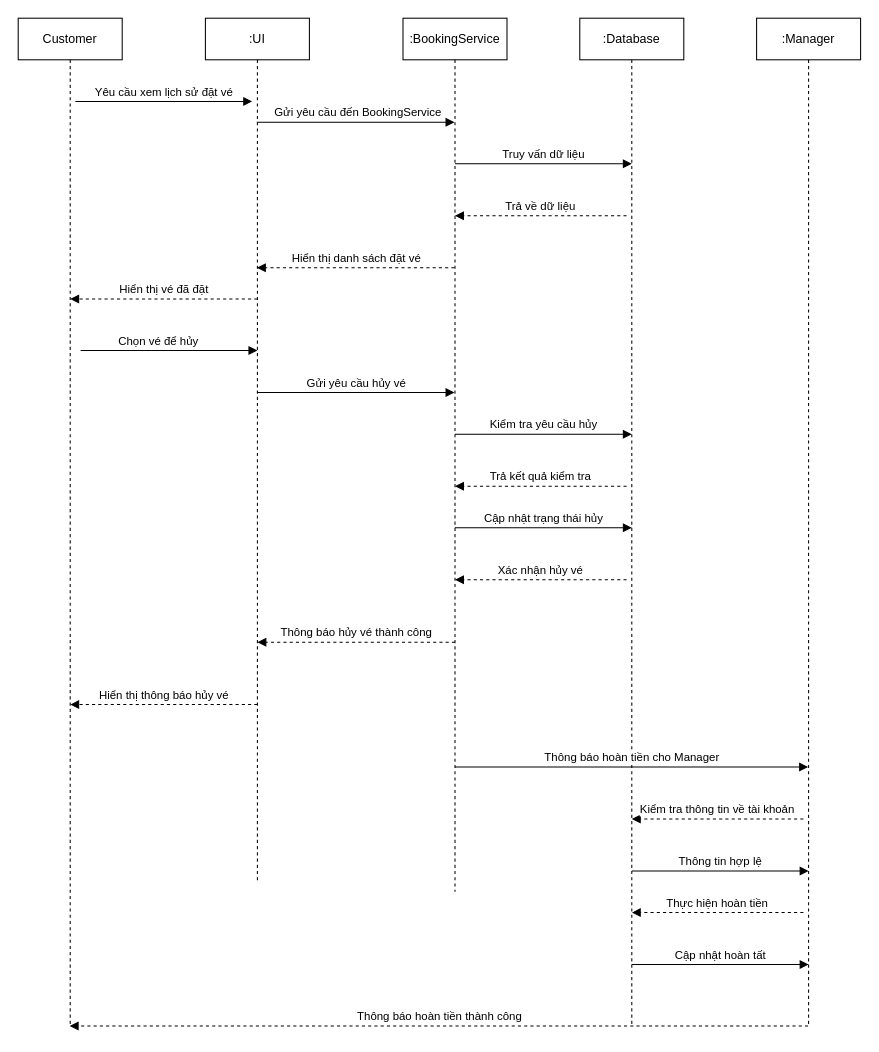
anhquan1111/PBL3 keeps this draw.io diagram as Sequence.drawio. Above is the earlier version. Source tidied: cells renumbered, new cells numbered last; positions are measured from the earlier drawing's top-left corner, leaving out a move shared by most shapes. Both pictures are drawn from the tidied source at 104%, with x=0, y=0 at pixel (18, 18).
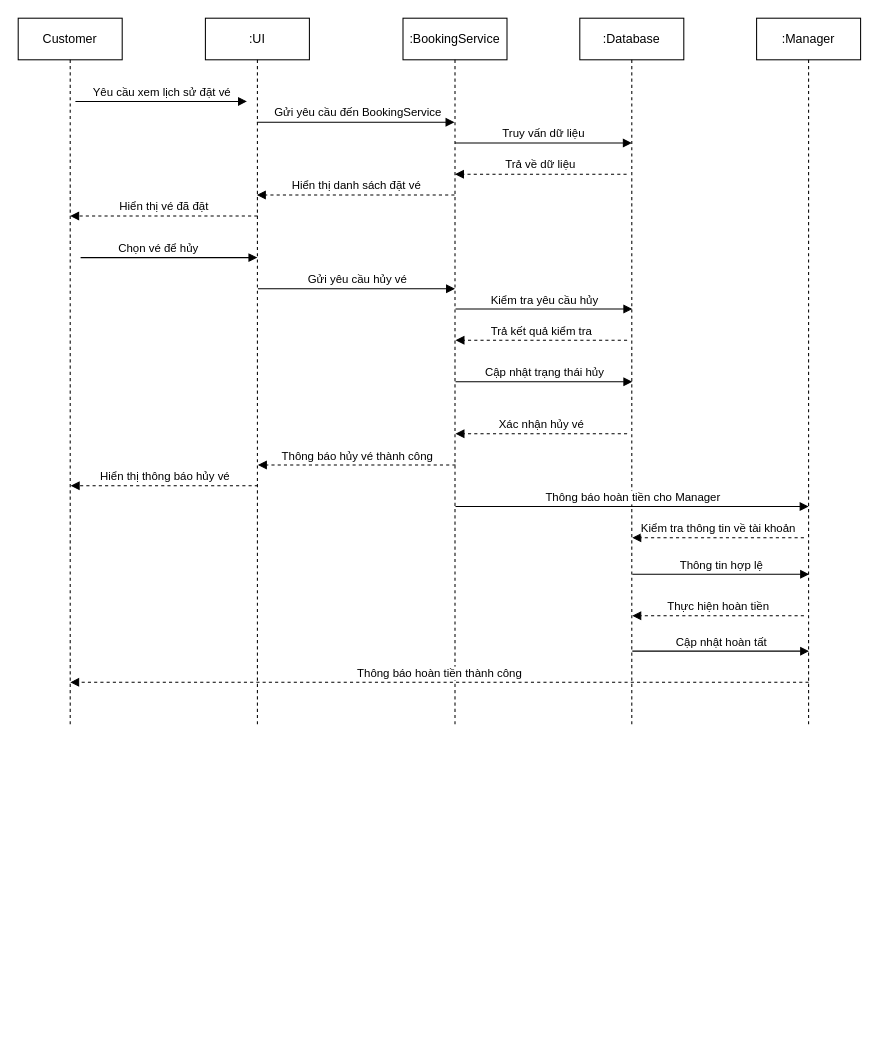
The same diagram, later.

Commit message (it also covers changes not shown here):
Cập nhật Sequence.drawio

Change to the diagram source:
```diff
@@
     <mxCell id="2" value="Customer" style="shape=umlLifeline;perimeter=lifelinePerimeter;whiteSpace=wrap;html=1;outlineConnect=0;portConstraint=eastwest;newEdgeStyle={&quot;edgeStyle&quot;:&quot;elbowEdgeStyle&quot;,&quot;elbow&quot;:&quot;vertical&quot;,&quot;curved&quot;:0,&quot;rounded&quot;:0};" parent="1" vertex="1">
-      <mxGeometry width="100" height="970" as="geometry" />
+      <mxGeometry width="100" height="680" as="geometry" />
     </mxCell>
     <mxCell id="3" value=":UI" style="shape=umlLifeline;perimeter=lifelinePerimeter;whiteSpace=wrap;html=1;outlineConnect=0;portConstraint=eastwest;newEdgeStyle={&quot;edgeStyle&quot;:&quot;elbowEdgeStyle&quot;,&quot;elbow&quot;:&quot;vertical&quot;,&quot;curved&quot;:0,&quot;rounded&quot;:0};" parent="1" vertex="1">
-      <mxGeometry x="180" width="100" height="830" as="geometry" />
+      <mxGeometry x="180" width="100" height="680" as="geometry" />
     </mxCell>
     <mxCell id="4" value="Yêu cầu xem lịch sử đặt vé" style="html=1;verticalAlign=bottom;endArrow=block;edgeStyle=elbowEdgeStyle;elbow=vertical;curved=0;rounded=0;" parent="1" edge="1">
       <mxGeometry relative="1" as="geometry">
         <mxPoint x="55" y="80" as="sourcePoint" />
-        <mxPoint x="225" y="80" as="targetPoint" />
+        <mxPoint x="220" y="80" as="targetPoint" />
         <Array as="points">
           <mxPoint x="140" y="80" />
         </Array>
       </mxGeometry>
     </mxCell>
@@
     <mxCell id="6" value=":BookingService" style="shape=umlLifeline;perimeter=lifelinePerimeter;whiteSpace=wrap;html=1;outlineConnect=0;portConstraint=eastwest;newEdgeStyle={&quot;edgeStyle&quot;:&quot;elbowEdgeStyle&quot;,&quot;elbow&quot;:&quot;vertical&quot;,&quot;curved&quot;:0,&quot;rounded&quot;:0};" parent="1" vertex="1">
-      <mxGeometry x="370" width="100" height="840" as="geometry" />
+      <mxGeometry x="370" width="100" height="680" as="geometry" />
     </mxCell>
     <mxCell id="7" value=":Database" style="shape=umlLifeline;perimeter=lifelinePerimeter;whiteSpace=wrap;html=1;newEdgeStyle={&quot;edgeStyle&quot;:&quot;elbowEdgeStyle&quot;,&quot;elbow&quot;:&quot;vertical&quot;,&quot;curved&quot;:0,&quot;rounded&quot;:0};" parent="1" vertex="1">
-      <mxGeometry x="540" width="100" height="970" as="geometry" />
+      <mxGeometry x="540" width="100" height="680" as="geometry" />
     </mxCell>
     <mxCell id="8" value="Truy vấn dữ liệu" style="html=1;verticalAlign=bottom;endArrow=block;edgeStyle=elbowEdgeStyle;elbow=vertical;curved=0;rounded=0;" parent="1" edge="1">
       <mxGeometry relative="1" as="geometry">
-        <mxPoint x="420" y="140" as="sourcePoint" />
-        <mxPoint x="590" y="140" as="targetPoint" />
+        <mxPoint x="420" y="120" as="sourcePoint" />
+        <mxPoint x="590" y="120" as="targetPoint" />
         <Array as="points">
-          <mxPoint x="505" y="140" />
+          <mxPoint x="505" y="120" />
         </Array>
       </mxGeometry>
     </mxCell>
     <mxCell id="9" value=":Manager" style="shape=umlLifeline;perimeter=lifelinePerimeter;whiteSpace=wrap;html=1;outlineConnect=0;portConstraint=eastwest;newEdgeStyle={&quot;edgeStyle&quot;:&quot;elbowEdgeStyle&quot;,&quot;elbow&quot;:&quot;vertical&quot;,&quot;curved&quot;:0,&quot;rounded&quot;:0};" parent="1" vertex="1">
-      <mxGeometry x="710" width="100" height="970" as="geometry" />
+      <mxGeometry x="710" width="100" height="680" as="geometry" />
     </mxCell>
     <mxCell id="10" value="Trả về dữ liệu" style="html=1;verticalAlign=bottom;endArrow=block;edgeStyle=elbowEdgeStyle;elbow=horizontal;curved=0;rounded=0;dashed=1;" parent="1" edge="1">
       <mxGeometry relative="1" as="geometry">
-        <mxPoint x="585" y="190" as="sourcePoint" />
-        <mxPoint x="420" y="190" as="targetPoint" />
+        <mxPoint x="585" y="150" as="sourcePoint" />
+        <mxPoint x="420" y="150" as="targetPoint" />
         <Array as="points">
-          <mxPoint x="510" y="190" />
+          <mxPoint x="510" y="150" />
         </Array>
       </mxGeometry>
     </mxCell>
-    <mxCell id="11" value="Hiển thị danh sách đặt vé" style="html=1;verticalAlign=bottom;endArrow=block;edgeStyle=elbowEdgeStyle;elbow=horizontal;curved=0;rounded=0;dashed=1;" parent="1" edge="1" source="6" target="3">
+    <mxCell id="11" value="Hiển thị danh sách đặt vé" style="html=1;verticalAlign=bottom;endArrow=block;edgeStyle=elbowEdgeStyle;elbow=horizontal;curved=0;rounded=0;dashed=1;" parent="1" edge="1">
       <mxGeometry relative="1" as="geometry">
+        <mxPoint x="419.5" y="170" as="sourcePoint" />
+        <mxPoint x="229.5" y="170" as="targetPoint" />
         <Array as="points">
-          <mxPoint x="340" y="240" />
+          <mxPoint x="340" y="170" />
         </Array>
       </mxGeometry>
     </mxCell>
     <mxCell id="12" value="Hiển thị vé đã đặt" style="html=1;verticalAlign=bottom;endArrow=block;edgeStyle=elbowEdgeStyle;elbow=horizontal;curved=0;rounded=0;dashed=1;" parent="1" edge="1">
       <mxGeometry relative="1" as="geometry">
-        <mxPoint x="230" y="270" as="sourcePoint" />
-        <mxPoint x="50" y="270" as="targetPoint" />
+        <mxPoint x="230" y="190.2" as="sourcePoint" />
+        <mxPoint x="50" y="190.2" as="targetPoint" />
         <Array as="points">
-          <mxPoint x="161" y="270" />
+          <mxPoint x="161" y="190.2" />
         </Array>
       </mxGeometry>
     </mxCell>
     <mxCell id="13" value="Chọn vé để hủy&lt;span style=&quot;white-space: pre;&quot;&gt;&#9;&lt;/span&gt;" style="html=1;verticalAlign=bottom;endArrow=block;edgeStyle=elbowEdgeStyle;elbow=vertical;curved=0;rounded=0;" parent="1" edge="1">
       <mxGeometry relative="1" as="geometry">
-        <mxPoint x="60" y="319.5" as="sourcePoint" />
-        <mxPoint x="230" y="319.5" as="targetPoint" />
+        <mxPoint x="60" y="230.2" as="sourcePoint" />
+        <mxPoint x="230" y="230.2" as="targetPoint" />
         <Array as="points">
-          <mxPoint x="145" y="319.5" />
+          <mxPoint x="145" y="230.2" />
         </Array>
       </mxGeometry>
     </mxCell>
-    <mxCell id="14" value="Gửi yêu cầu hủy vé" style="html=1;verticalAlign=bottom;endArrow=block;edgeStyle=elbowEdgeStyle;elbow=vertical;curved=0;rounded=0;" parent="1" edge="1" target="6">
+    <mxCell id="14" value="Gửi yêu cầu hủy vé" style="html=1;verticalAlign=bottom;endArrow=block;edgeStyle=elbowEdgeStyle;elbow=vertical;curved=0;rounded=0;" parent="1" edge="1">
       <mxGeometry relative="1" as="geometry">
-        <mxPoint x="230" y="360" as="sourcePoint" />
+        <mxPoint x="230.5" y="260.2" as="sourcePoint" />
+        <mxPoint x="420" y="260.2" as="targetPoint" />
         <Array as="points">
-          <mxPoint x="315" y="360" />
+          <mxPoint x="315.5" y="260.2" />
         </Array>
       </mxGeometry>
     </mxCell>
     <mxCell id="15" value="Kiểm tra yêu cầu hủy" style="html=1;verticalAlign=bottom;endArrow=block;edgeStyle=elbowEdgeStyle;elbow=vertical;curved=0;rounded=0;" parent="1" edge="1">
       <mxGeometry relative="1" as="geometry">
-        <mxPoint x="420" y="400" as="sourcePoint" />
-        <mxPoint x="590" y="400" as="targetPoint" />
+        <mxPoint x="420.5" y="279.6" as="sourcePoint" />
+        <mxPoint x="590.5" y="279.6" as="targetPoint" />
         <Array as="points">
-          <mxPoint x="505" y="400" />
+          <mxPoint x="505.5" y="279.6" />
         </Array>
       </mxGeometry>
     </mxCell>
     <mxCell id="16" value="Trả kết quả kiểm tra" style="html=1;verticalAlign=bottom;endArrow=block;edgeStyle=elbowEdgeStyle;elbow=horizontal;curved=0;rounded=0;dashed=1;" parent="1" edge="1">
       <mxGeometry relative="1" as="geometry">
-        <mxPoint x="585" y="450" as="sourcePoint" />
-        <mxPoint x="420" y="450" as="targetPoint" />
+        <mxPoint x="585.5" y="309.6" as="sourcePoint" />
+        <mxPoint x="420.5" y="309.6" as="targetPoint" />
         <Array as="points">
-          <mxPoint x="510" y="450" />
+          <mxPoint x="510.5" y="309.6" />
         </Array>
       </mxGeometry>
     </mxCell>
     <mxCell id="17" value="Cập nhật trạng thái hủy" style="html=1;verticalAlign=bottom;endArrow=block;edgeStyle=elbowEdgeStyle;elbow=vertical;curved=0;rounded=0;" parent="1" edge="1">
       <mxGeometry relative="1" as="geometry">
-        <mxPoint x="420" y="490" as="sourcePoint" />
-        <mxPoint x="590" y="490" as="targetPoint" />
+        <mxPoint x="420.5" y="349.6" as="sourcePoint" />
+        <mxPoint x="590.5" y="349.6" as="targetPoint" />
         <Array as="points">
-          <mxPoint x="505" y="490" />
+          <mxPoint x="505.5" y="349.6" />
         </Array>
       </mxGeometry>
     </mxCell>
     <mxCell id="18" value="Xác nhận hủy vé" style="html=1;verticalAlign=bottom;endArrow=block;edgeStyle=elbowEdgeStyle;elbow=horizontal;curved=0;rounded=0;dashed=1;" parent="1" edge="1">
       <mxGeometry relative="1" as="geometry">
-        <mxPoint x="585" y="540" as="sourcePoint" />
-        <mxPoint x="420" y="540" as="targetPoint" />
+        <mxPoint x="585.5" y="399.6" as="sourcePoint" />
+        <mxPoint x="420.5" y="399.6" as="targetPoint" />
         <Array as="points">
-          <mxPoint x="510" y="540" />
+          <mxPoint x="510.5" y="399.6" />
         </Array>
       </mxGeometry>
     </mxCell>
     <mxCell id="19" value="Kiểm tra thông tin về tài khoản" style="html=1;verticalAlign=bottom;endArrow=block;edgeStyle=elbowEdgeStyle;elbow=horizontal;curved=0;rounded=0;dashed=1;" parent="1" edge="1">
       <mxGeometry relative="1" as="geometry">
-        <mxPoint x="755" y="770" as="sourcePoint" />
-        <mxPoint x="590" y="770" as="targetPoint" />
+        <mxPoint x="755.5" y="499.6" as="sourcePoint" />
+        <mxPoint x="590.5" y="499.6" as="targetPoint" />
         <Array as="points">
-          <mxPoint x="680" y="770" />
+          <mxPoint x="680.5" y="499.6" />
         </Array>
       </mxGeometry>
     </mxCell>
     <mxCell id="20" value="Thông báo hủy vé thành công" style="html=1;verticalAlign=bottom;endArrow=block;edgeStyle=elbowEdgeStyle;elbow=horizontal;curved=0;rounded=0;dashed=1;" parent="1" edge="1">
       <mxGeometry relative="1" as="geometry">
-        <mxPoint x="420" y="600" as="sourcePoint" />
-        <mxPoint x="230" y="600" as="targetPoint" />
+        <mxPoint x="420.5" y="429.6" as="sourcePoint" />
+        <mxPoint x="230.5" y="429.6" as="targetPoint" />
         <Array as="points">
-          <mxPoint x="340" y="600" />
+          <mxPoint x="340.5" y="429.6" />
         </Array>
       </mxGeometry>
     </mxCell>
     <mxCell id="21" value="Hiển thị thông báo hủy vé" style="html=1;verticalAlign=bottom;endArrow=block;edgeStyle=elbowEdgeStyle;elbow=horizontal;curved=0;rounded=0;dashed=1;" parent="1" edge="1">
       <mxGeometry relative="1" as="geometry">
-        <mxPoint x="230" y="660" as="sourcePoint" />
-        <mxPoint x="50" y="660" as="targetPoint" />
+        <mxPoint x="230.5" y="449.6" as="sourcePoint" />
+        <mxPoint x="50.5" y="449.6" as="targetPoint" />
         <Array as="points">
-          <mxPoint x="161" y="660" />
+          <mxPoint x="161.5" y="449.6" />
         </Array>
       </mxGeometry>
     </mxCell>
-    <mxCell id="22" value="Thông báo hoàn tiền cho Manager" style="html=1;verticalAlign=bottom;endArrow=block;edgeStyle=elbowEdgeStyle;elbow=vertical;curved=0;rounded=0;" parent="1" edge="1" target="9">
+    <mxCell id="22" value="Thông báo hoàn tiền cho Manager" style="html=1;verticalAlign=bottom;endArrow=block;edgeStyle=elbowEdgeStyle;elbow=vertical;curved=0;rounded=0;" parent="1" edge="1">
       <mxGeometry relative="1" as="geometry">
-        <mxPoint x="420" y="720" as="sourcePoint" />
+        <mxPoint x="420.5" y="469.6" as="sourcePoint" />
+        <mxPoint x="760" y="469.6" as="targetPoint" />
         <Array as="points">
-          <mxPoint x="505" y="720" />
+          <mxPoint x="505.5" y="469.6" />
         </Array>
       </mxGeometry>
     </mxCell>
     <mxCell id="23" value="Thông tin hợp lệ" style="html=1;verticalAlign=bottom;endArrow=block;edgeStyle=elbowEdgeStyle;elbow=vertical;curved=0;rounded=0;" parent="1" edge="1">
       <mxGeometry relative="1" as="geometry">
-        <mxPoint x="590" y="820" as="sourcePoint" />
-        <mxPoint x="760" y="820" as="targetPoint" />
+        <mxPoint x="590.5" y="534.6" as="sourcePoint" />
+        <mxPoint x="760.5" y="534.6" as="targetPoint" />
         <Array as="points">
-          <mxPoint x="675" y="820" />
+          <mxPoint x="675.5" y="534.6" />
         </Array>
       </mxGeometry>
     </mxCell>
     <mxCell id="24" value="Thực hiện hoàn tiền" style="html=1;verticalAlign=bottom;endArrow=block;edgeStyle=elbowEdgeStyle;elbow=horizontal;curved=0;rounded=0;dashed=1;" parent="1" edge="1">
       <mxGeometry relative="1" as="geometry">
-        <mxPoint x="755" y="860" as="sourcePoint" />
-        <mxPoint x="590" y="860" as="targetPoint" />
+        <mxPoint x="755.5" y="574.6" as="sourcePoint" />
+        <mxPoint x="590.5" y="574.6" as="targetPoint" />
         <Array as="points">
-          <mxPoint x="680" y="860" />
+          <mxPoint x="680.5" y="574.6" />
         </Array>
       </mxGeometry>
     </mxCell>
     <mxCell id="25" value="Cập nhật hoàn tất" style="html=1;verticalAlign=bottom;endArrow=block;edgeStyle=elbowEdgeStyle;elbow=vertical;curved=0;rounded=0;" parent="1" edge="1">
       <mxGeometry relative="1" as="geometry">
-        <mxPoint x="590" y="910" as="sourcePoint" />
-        <mxPoint x="760" y="910" as="targetPoint" />
+        <mxPoint x="590.5" y="608.6" as="sourcePoint" />
+        <mxPoint x="760.5" y="608.6" as="targetPoint" />
         <Array as="points">
-          <mxPoint x="675" y="910" />
+          <mxPoint x="675.5" y="608.6" />
         </Array>
       </mxGeometry>
     </mxCell>
-    <mxCell id="26" value="Thông báo hoàn tiền thành công" style="html=1;verticalAlign=bottom;endArrow=block;edgeStyle=elbowEdgeStyle;elbow=horizontal;curved=0;rounded=0;dashed=1;" parent="1" edge="1" source="9" target="2">
+    <mxCell id="26" value="Thông báo hoàn tiền thành công" style="html=1;verticalAlign=bottom;endArrow=block;edgeStyle=elbowEdgeStyle;elbow=horizontal;curved=0;rounded=0;dashed=1;" parent="1" edge="1">
       <mxGeometry relative="1" as="geometry">
+        <mxPoint x="760" y="638.6" as="sourcePoint" />
+        <mxPoint x="50" y="638.6" as="targetPoint" />
         <Array as="points">
-          <mxPoint x="680" y="969" />
+          <mxPoint x="680.5" y="638.6" />
         </Array>
       </mxGeometry>
     </mxCell>
```
